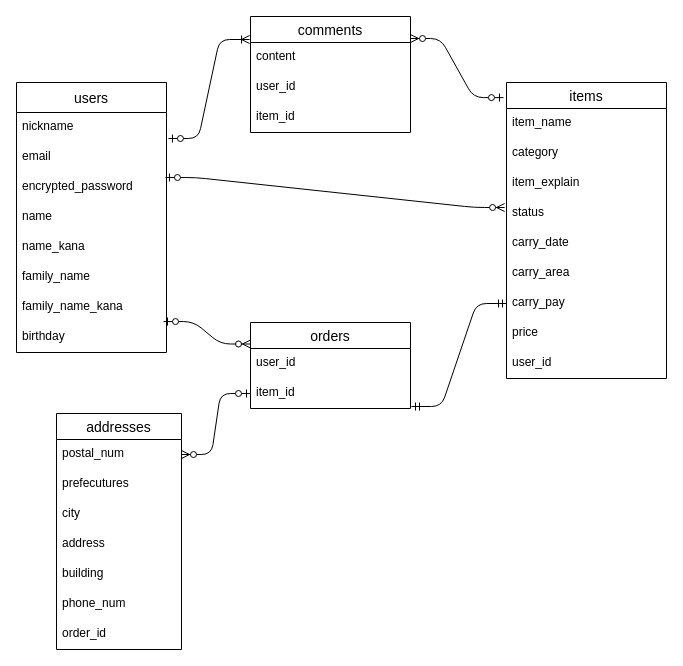
Before: furima.dio in Kagiya-masahumi/furima-34262, a draw.io diagram. Source tidied: cells renumbered, new cells numbered last; positions are measured from the earlier drawing's top-left corner, leaving out a move shared by most shapes. Both pictures are drawn from the tidied source at 100%, with x=0, y=0 at pixel (16, 16).
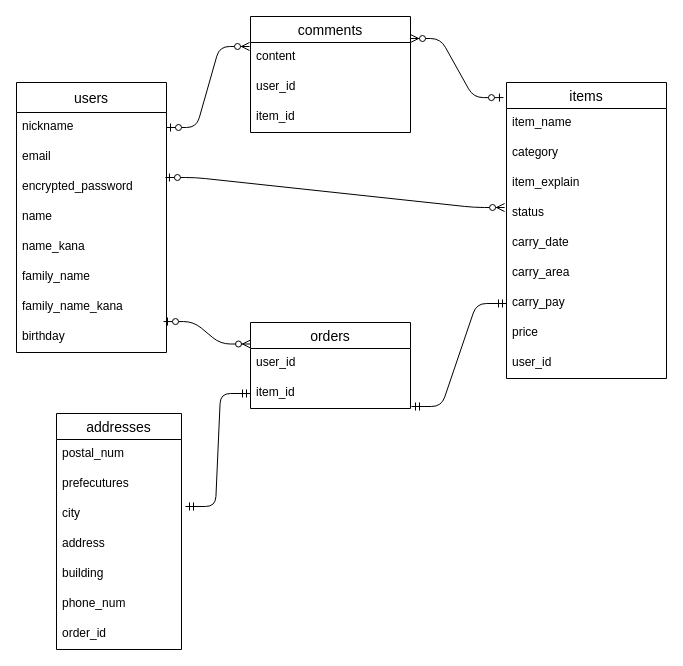
The same page after the edit.

Commit message (it also covers changes not shown here):
DB設計　修正③

Unchanged cells that the change refers to:
```xml
<mxCell id="3" value="nickname&#10;" style="text;strokeColor=none;fillColor=none;spacingLeft=4;spacingRight=4;overflow=hidden;points=[[0,0.5],[1,0.5]];portConstraint=eastwest;fontSize=12;" parent="2" vertex="1">
  <mxGeometry y="30" width="150" height="30" as="geometry" />
</mxCell>
<mxCell id="4" value="email" style="text;strokeColor=none;fillColor=none;spacingLeft=4;spacingRight=4;overflow=hidden;points=[[0,0.5],[1,0.5]];portConstraint=eastwest;fontSize=12;" parent="2" vertex="1">
  <mxGeometry y="60" width="150" height="30" as="geometry" />
</mxCell>
<mxCell id="23" value="item_id" style="text;strokeColor=none;fillColor=none;spacingLeft=4;spacingRight=4;overflow=hidden;points=[[0,0.5],[1,0.5]];portConstraint=eastwest;fontSize=12;" parent="21" vertex="1">
  <mxGeometry y="56" width="160" height="30" as="geometry" />
</mxCell>
<mxCell id="25" value="content" style="text;strokeColor=none;fillColor=none;spacingLeft=4;spacingRight=4;overflow=hidden;points=[[0,0.5],[1,0.5]];portConstraint=eastwest;fontSize=12;" parent="24" vertex="1">
  <mxGeometry y="26" width="160" height="30" as="geometry" />
</mxCell>
<mxCell id="31" value="postal_num" style="text;strokeColor=none;fillColor=none;spacingLeft=4;spacingRight=4;overflow=hidden;points=[[0,0.5],[1,0.5]];portConstraint=eastwest;fontSize=12;" parent="30" vertex="1">
  <mxGeometry y="26" width="125" height="30" as="geometry" />
</mxCell>
<mxCell id="33" value="city" style="text;strokeColor=none;fillColor=none;spacingLeft=4;spacingRight=4;overflow=hidden;points=[[0,0.5],[1,0.5]];portConstraint=eastwest;fontSize=12;" parent="30" vertex="1">
  <mxGeometry y="86" width="125" height="30" as="geometry" />
</mxCell>
```

Diff of the diagram source:
```diff
@@
-    <mxCell id="28" style="edgeStyle=entityRelationEdgeStyle;fontSize=12;html=1;endArrow=ERoneToMany;startArrow=ERzeroToOne;exitX=1.013;exitY=-0.133;exitDx=0;exitDy=0;exitPerimeter=0;entryX=-0.006;entryY=-0.1;entryDx=0;entryDy=0;entryPerimeter=0;" parent="1" edge="1" source="4" target="25">
-      <mxGeometry relative="1" as="geometry" />
-    </mxCell>
@@
-    <mxCell id="41" style="edgeStyle=entityRelationEdgeStyle;fontSize=12;html=1;endArrow=ERzeroToMany;startArrow=ERzeroToOne;entryX=1;entryY=0.5;entryDx=0;entryDy=0;exitX=0;exitY=0.5;exitDx=0;exitDy=0;" parent="1" edge="1" source="23" target="31">
-      <mxGeometry relative="1" as="geometry" />
-    </mxCell>
+    <mxCell id="42" style="edgeStyle=entityRelationEdgeStyle;fontSize=12;html=1;endArrow=ERmandOne;startArrow=ERmandOne;exitX=1.032;exitY=0.233;exitDx=0;exitDy=0;exitPerimeter=0;entryX=0;entryY=0.5;entryDx=0;entryDy=0;" parent="1" edge="1" source="33" target="23">
+      <mxGeometry relative="1" as="geometry" />
+    </mxCell>
+    <mxCell id="43" style="edgeStyle=entityRelationEdgeStyle;fontSize=12;html=1;endArrow=ERzeroToMany;startArrow=ERzeroToOne;entryX=-0.006;entryY=0.133;entryDx=0;entryDy=0;entryPerimeter=0;exitX=1;exitY=0.5;exitDx=0;exitDy=0;" parent="1" edge="1" source="3" target="25">
+      <mxGeometry relative="1" as="geometry" />
+    </mxCell>
```
